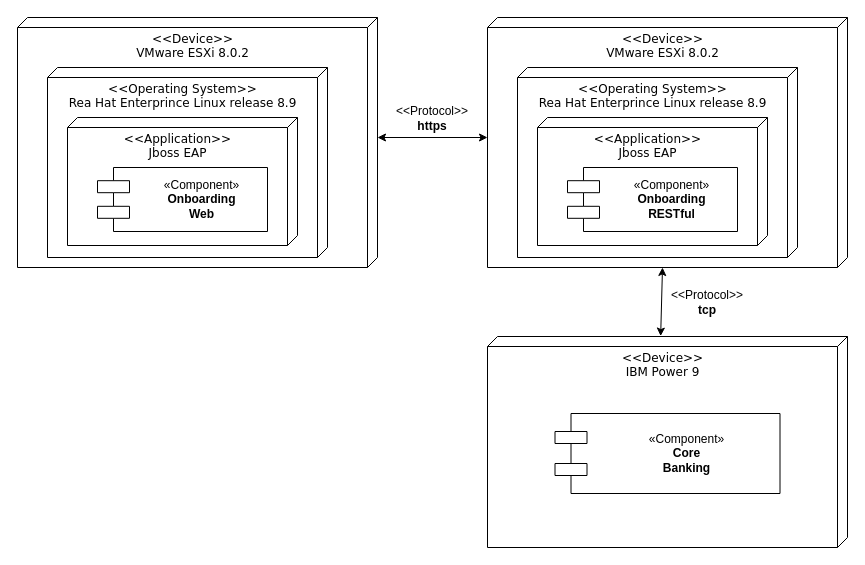
This is page "Página-2" (2 of 2) of DigramaComponentes.drawio from GonzaloDavid/diagramas, a draw.io file, before an edit. Source tidied: cells renumbered, new cells numbered last; positions are measured from the earlier drawing's top-left corner, leaving out a move shared by most shapes. Both pictures are drawn from the tidied source at 100%, with x=0, y=0 at pixel (17, 17).
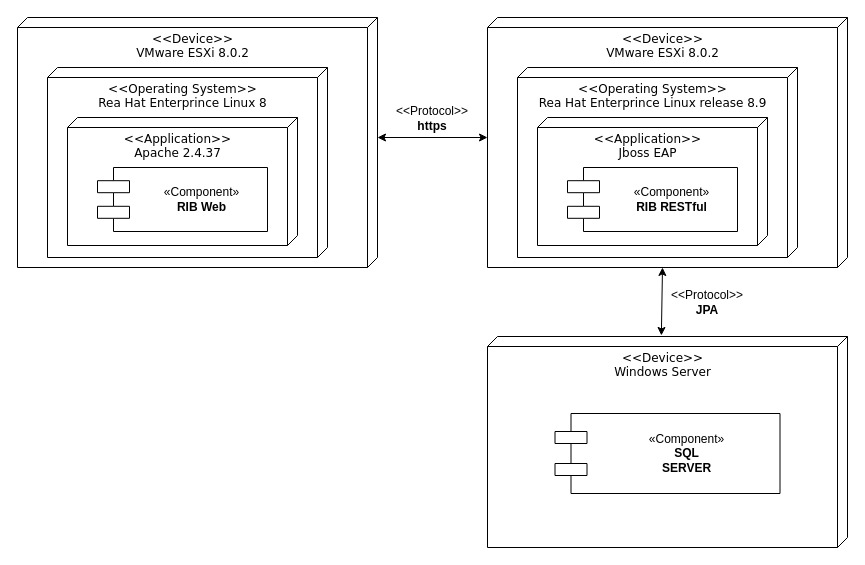
The same page after the edit.

What changed in the source:
```diff
@@
 <mxGraphModel>
   <root>
     <mxCell id="0" />
     <mxCell id="1" parent="0" />
     <mxCell id="2" value="&amp;lt;&amp;lt;Device&amp;gt;&amp;gt;&lt;div&gt;VMware ESXi 8.0.2&lt;/div&gt;" style="verticalAlign=top;align=center;spacingTop=8;spacingLeft=2;spacingRight=12;shape=cube;size=10;direction=south;fontStyle=0;html=1;rounded=0;shadow=0;comic=0;labelBackgroundColor=none;strokeWidth=1;fontFamily=Verdana;fontSize=12;" parent="1" vertex="1">
       <mxGeometry width="360" height="250" as="geometry" />
     </mxCell>
-    <mxCell id="3" value="&amp;lt;&amp;lt;Operating System&amp;gt;&amp;gt;&lt;div&gt;Rea Hat Enterprince Linux release 8.9&lt;/div&gt;" style="verticalAlign=top;align=center;spacingTop=8;spacingLeft=2;spacingRight=12;shape=cube;size=10;direction=south;fontStyle=0;html=1;rounded=0;shadow=0;comic=0;labelBackgroundColor=none;strokeWidth=1;fontFamily=Verdana;fontSize=12;" parent="1" vertex="1">
+    <mxCell id="3" value="&amp;lt;&amp;lt;Operating System&amp;gt;&amp;gt;&lt;div&gt;Rea Hat Enterprince Linux 8&lt;/div&gt;" style="verticalAlign=top;align=center;spacingTop=8;spacingLeft=2;spacingRight=12;shape=cube;size=10;direction=south;fontStyle=0;html=1;rounded=0;shadow=0;comic=0;labelBackgroundColor=none;strokeWidth=1;fontFamily=Verdana;fontSize=12;" parent="1" vertex="1">
       <mxGeometry x="30" y="50" width="280" height="190" as="geometry" />
     </mxCell>
-    <mxCell id="4" value="&lt;div&gt;&amp;lt;&amp;lt;Application&amp;gt;&amp;gt;&lt;/div&gt;Jboss EAP" style="verticalAlign=top;align=center;spacingTop=8;spacingLeft=2;spacingRight=12;shape=cube;size=10;direction=south;fontStyle=0;html=1;rounded=0;shadow=0;comic=0;labelBackgroundColor=none;strokeWidth=1;fontFamily=Verdana;fontSize=12;" parent="1" vertex="1">
+    <mxCell id="4" value="&lt;div&gt;&amp;lt;&amp;lt;Application&amp;gt;&amp;gt;&lt;/div&gt;&lt;div&gt;Apache 2.4.37&lt;/div&gt;" style="verticalAlign=top;align=center;spacingTop=8;spacingLeft=2;spacingRight=12;shape=cube;size=10;direction=south;fontStyle=0;html=1;rounded=0;shadow=0;comic=0;labelBackgroundColor=none;strokeWidth=1;fontFamily=Verdana;fontSize=12;" parent="1" vertex="1">
       <mxGeometry x="50" y="100" width="230" height="128" as="geometry" />
     </mxCell>
-    <mxCell id="5" value="&lt;div style=&quot;&quot;&gt;&lt;span style=&quot;font-family: Helvetica; text-wrap: wrap; background-color: initial;&quot;&gt;«Component»&lt;/span&gt;&lt;/div&gt;&lt;b style=&quot;font-family: Helvetica; text-wrap: wrap;&quot;&gt;&lt;div style=&quot;&quot;&gt;Onboarding Web&lt;/div&gt;&lt;/b&gt;" style="shape=component;align=center;spacingLeft=37;rounded=0;shadow=0;comic=0;labelBackgroundColor=none;strokeWidth=1;fontFamily=Verdana;fontSize=12;html=1;verticalAlign=middle;" parent="1" vertex="1">
+    <mxCell id="5" value="&lt;div style=&quot;&quot;&gt;&lt;span style=&quot;font-family: Helvetica; text-wrap: wrap; background-color: initial;&quot;&gt;«Component»&lt;/span&gt;&lt;/div&gt;&lt;b style=&quot;font-family: Helvetica; text-wrap: wrap;&quot;&gt;&lt;div style=&quot;&quot;&gt;RIB Web&lt;/div&gt;&lt;/b&gt;" style="shape=component;align=center;spacingLeft=37;rounded=0;shadow=0;comic=0;labelBackgroundColor=none;strokeWidth=1;fontFamily=Verdana;fontSize=12;html=1;verticalAlign=middle;" parent="1" vertex="1">
       <mxGeometry x="80" y="150" width="170" height="64" as="geometry" />
     </mxCell>
     <mxCell id="6" value="&amp;lt;&amp;lt;Device&amp;gt;&amp;gt;&lt;div&gt;VMware ESXi 8.0.2&lt;/div&gt;" style="verticalAlign=top;align=center;spacingTop=8;spacingLeft=2;spacingRight=12;shape=cube;size=10;direction=south;fontStyle=0;html=1;rounded=0;shadow=0;comic=0;labelBackgroundColor=none;strokeWidth=1;fontFamily=Verdana;fontSize=12;" parent="1" vertex="1">
       <mxGeometry x="470" width="360" height="250" as="geometry" />
     </mxCell>
     <mxCell id="7" value="&amp;lt;&amp;lt;Operating System&amp;gt;&amp;gt;&lt;div&gt;Rea Hat Enterprince Linux release 8.9&lt;/div&gt;" style="verticalAlign=top;align=center;spacingTop=8;spacingLeft=2;spacingRight=12;shape=cube;size=10;direction=south;fontStyle=0;html=1;rounded=0;shadow=0;comic=0;labelBackgroundColor=none;strokeWidth=1;fontFamily=Verdana;fontSize=12;" parent="1" vertex="1">
       <mxGeometry x="500" y="50" width="280" height="190" as="geometry" />
     </mxCell>
     <mxCell id="8" value="&lt;div&gt;&amp;lt;&amp;lt;Application&amp;gt;&amp;gt;&lt;/div&gt;Jboss EAP" style="verticalAlign=top;align=center;spacingTop=8;spacingLeft=2;spacingRight=12;shape=cube;size=10;direction=south;fontStyle=0;html=1;rounded=0;shadow=0;comic=0;labelBackgroundColor=none;strokeWidth=1;fontFamily=Verdana;fontSize=12;" parent="1" vertex="1">
       <mxGeometry x="520" y="100" width="230" height="128" as="geometry" />
     </mxCell>
-    <mxCell id="9" value="&lt;div style=&quot;&quot;&gt;&lt;span style=&quot;font-family: Helvetica; text-wrap: wrap; background-color: initial;&quot;&gt;«Component»&lt;/span&gt;&lt;/div&gt;&lt;b style=&quot;font-family: Helvetica; text-wrap: wrap;&quot;&gt;&lt;div style=&quot;&quot;&gt;Onboarding RESTful&lt;/div&gt;&lt;/b&gt;" style="shape=component;align=center;spacingLeft=37;rounded=0;shadow=0;comic=0;labelBackgroundColor=none;strokeWidth=1;fontFamily=Verdana;fontSize=12;html=1;verticalAlign=middle;" parent="1" vertex="1">
+    <mxCell id="9" value="&lt;div style=&quot;&quot;&gt;&lt;span style=&quot;font-family: Helvetica; text-wrap: wrap; background-color: initial;&quot;&gt;«Component»&lt;/span&gt;&lt;/div&gt;&lt;b style=&quot;font-family: Helvetica; text-wrap: wrap;&quot;&gt;&lt;div style=&quot;&quot;&gt;RIB RESTful&lt;/div&gt;&lt;/b&gt;" style="shape=component;align=center;spacingLeft=37;rounded=0;shadow=0;comic=0;labelBackgroundColor=none;strokeWidth=1;fontFamily=Verdana;fontSize=12;html=1;verticalAlign=middle;" parent="1" vertex="1">
       <mxGeometry x="550" y="150" width="170" height="64" as="geometry" />
     </mxCell>
-    <mxCell id="10" value="&amp;lt;&amp;lt;Device&amp;gt;&amp;gt;&lt;div&gt;IBM Power 9&lt;/div&gt;" style="verticalAlign=top;align=center;spacingTop=8;spacingLeft=2;spacingRight=12;shape=cube;size=10;direction=south;fontStyle=0;html=1;rounded=0;shadow=0;comic=0;labelBackgroundColor=none;strokeWidth=1;fontFamily=Verdana;fontSize=12;" parent="1" vertex="1">
+    <mxCell id="10" value="&amp;lt;&amp;lt;Device&amp;gt;&amp;gt;&lt;div&gt;Windows Server&lt;/div&gt;" style="verticalAlign=top;align=center;spacingTop=8;spacingLeft=2;spacingRight=12;shape=cube;size=10;direction=south;fontStyle=0;html=1;rounded=0;shadow=0;comic=0;labelBackgroundColor=none;strokeWidth=1;fontFamily=Verdana;fontSize=12;" parent="1" vertex="1">
       <mxGeometry x="470" y="319" width="360" height="211" as="geometry" />
     </mxCell>
-    <mxCell id="11" value="&lt;div style=&quot;&quot;&gt;&lt;span style=&quot;font-family: Helvetica; text-wrap: wrap; background-color: initial;&quot;&gt;«Component»&lt;/span&gt;&lt;/div&gt;&lt;b style=&quot;font-family: Helvetica; text-wrap: wrap;&quot;&gt;&lt;div style=&quot;&quot;&gt;Core Banking&lt;/div&gt;&lt;/b&gt;" style="shape=component;align=center;spacingLeft=37;rounded=0;shadow=0;comic=0;labelBackgroundColor=none;strokeWidth=1;fontFamily=Verdana;fontSize=12;html=1;verticalAlign=middle;" parent="1" vertex="1">
+    <mxCell id="11" value="&lt;div style=&quot;&quot;&gt;&lt;span style=&quot;font-family: Helvetica; text-wrap: wrap; background-color: initial;&quot;&gt;«Component»&lt;/span&gt;&lt;/div&gt;&lt;b style=&quot;font-family: Helvetica; text-wrap: wrap;&quot;&gt;&lt;div style=&quot;&quot;&gt;SQL SERVER&lt;/div&gt;&lt;/b&gt;" style="shape=component;align=center;spacingLeft=37;rounded=0;shadow=0;comic=0;labelBackgroundColor=none;strokeWidth=1;fontFamily=Verdana;fontSize=12;html=1;verticalAlign=middle;" parent="1" vertex="1">
       <mxGeometry x="537.5" y="396" width="225" height="80" as="geometry" />
     </mxCell>
     <mxCell id="12" style="endArrow=classic;startArrow=classic;html=1;rounded=0;exitX=0;exitY=0;exitDx=120;exitDy=0;exitPerimeter=0;entryX=0.48;entryY=1;entryDx=0;entryDy=0;entryPerimeter=0;" parent="1" edge="1" source="2" target="6">
       <mxGeometry relative="1" as="geometry" />
     </mxCell>
     <mxCell id="13" value="&amp;lt;&amp;lt;Protocol&amp;gt;&amp;gt;&lt;div&gt;&lt;b&gt;https&lt;/b&gt;&lt;/div&gt;" style="text;html=1;align=center;verticalAlign=middle;whiteSpace=wrap;rounded=0;" parent="1" vertex="1">
       <mxGeometry x="385" y="86" width="60" height="30" as="geometry" />
     </mxCell>
-    <mxCell id="14" style="endArrow=classic;startArrow=classic;html=1;rounded=0;entryX=0;entryY=0;entryDx=250;entryDy=185;entryPerimeter=0;exitX=-0.002;exitY=0.519;exitDx=0;exitDy=0;exitPerimeter=0;" parent="1" edge="1" source="10" target="6">
+    <mxCell id="14" style="endArrow=classic;startArrow=classic;html=1;rounded=0;entryX=0;entryY=0;entryDx=250;entryDy=185;entryPerimeter=0;exitX=-0.005;exitY=0.517;exitDx=0;exitDy=0;exitPerimeter=0;" parent="1" edge="1" source="10" target="6">
       <mxGeometry relative="1" as="geometry" />
     </mxCell>
-    <mxCell id="15" value="&amp;lt;&amp;lt;Protocol&amp;gt;&amp;gt;&lt;div&gt;&lt;b&gt;tcp&lt;/b&gt;&lt;/div&gt;" style="text;html=1;align=center;verticalAlign=middle;whiteSpace=wrap;rounded=0;" parent="1" vertex="1">
+    <mxCell id="15" value="&amp;lt;&amp;lt;Protocol&amp;gt;&amp;gt;&lt;div&gt;&lt;b&gt;JPA&lt;/b&gt;&lt;/div&gt;" style="text;html=1;align=center;verticalAlign=middle;whiteSpace=wrap;rounded=0;" parent="1" vertex="1">
       <mxGeometry x="660" y="270" width="60" height="30" as="geometry" />
     </mxCell>
   </root>
 </mxGraphModel>
```
